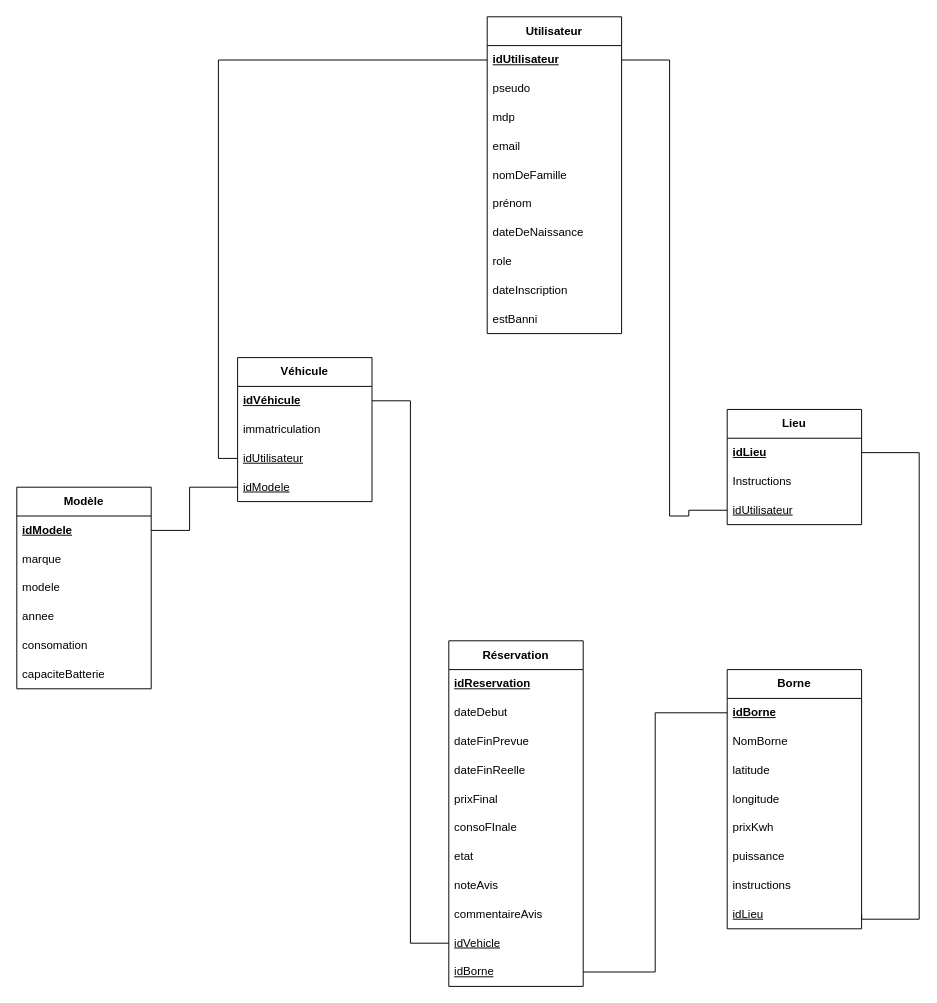
The draw.io diagram page "mld" (2 of 3) of merise-electricity-business.drawio in LaiPe/electricity-business-back, before the edit. Source tidied: cells renumbered, new cells numbered last; positions are measured from the earlier drawing's top-left corner, leaving out a move shared by most shapes. Both pictures are drawn from the tidied source at 96%, with x=0, y=0 at pixel (16, 16).
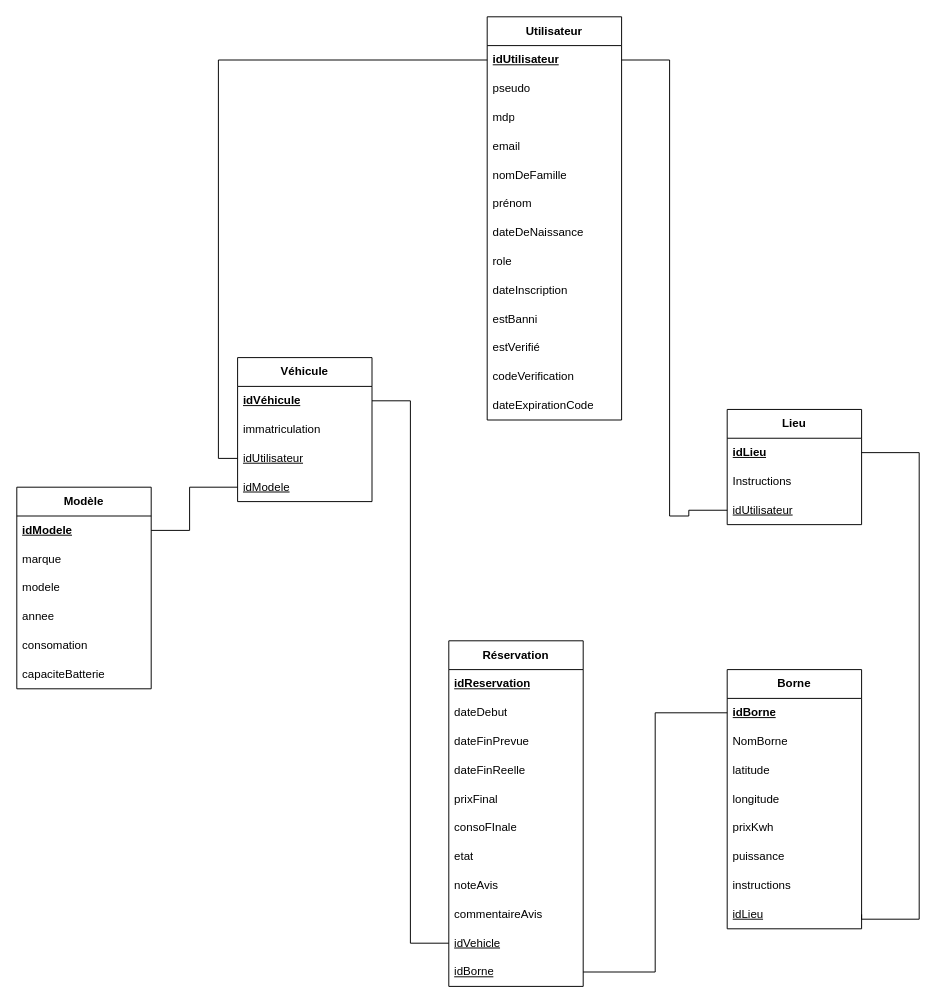
After the change.

What changed in the source:
```diff
@@
     <mxCell id="2" value="&lt;b&gt;Utilisateur&lt;/b&gt;" style="swimlane;fontStyle=0;horizontal=1;startSize=30;whiteSpace=wrap;html=1;" parent="1" vertex="1">
-      <mxGeometry x="490" width="140" height="330" as="geometry" />
+      <mxGeometry x="490" width="140" height="420" as="geometry" />
     </mxCell>
@@
+    <mxCell id="56" value="estVerifié" style="text;strokeColor=none;fillColor=none;align=left;verticalAlign=middle;spacingLeft=4;spacingRight=4;overflow=hidden;whiteSpace=wrap;html=1;" parent="2" vertex="1">
+      <mxGeometry y="330" width="140" height="30" as="geometry" />
+    </mxCell>
+    <mxCell id="57" value="codeVerification" style="text;strokeColor=none;fillColor=none;align=left;verticalAlign=middle;spacingLeft=4;spacingRight=4;overflow=hidden;whiteSpace=wrap;html=1;" parent="2" vertex="1">
+      <mxGeometry y="360" width="140" height="30" as="geometry" />
+    </mxCell>
+    <mxCell id="58" value="dateExpirationCode" style="text;strokeColor=none;fillColor=none;align=left;verticalAlign=middle;spacingLeft=4;spacingRight=4;overflow=hidden;whiteSpace=wrap;html=1;" parent="2" vertex="1">
+      <mxGeometry y="390" width="140" height="30" as="geometry" />
+    </mxCell>
```
